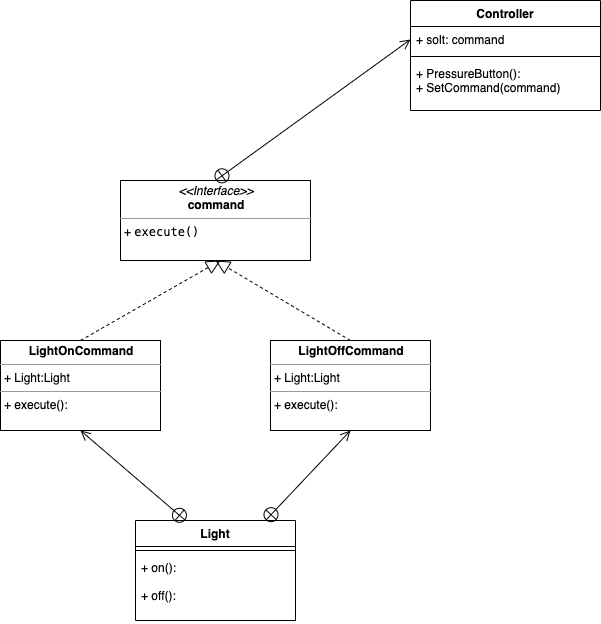
This is designPattern/order/order.png from yuzp1996/StudyGolang, a draw.io export, as it was before one commit. Source tidied: cells renumbered, new cells last; positions are measured from the earlier drawing's top-left corner, leaving out a move shared by most shapes. The source it was exported from:
```xml
<mxGraphModel background="#ffffff">
  <root>
    <mxCell id="0" />
    <mxCell id="1" parent="0" />
    <mxCell id="2" value="&lt;p style=&quot;margin: 0px ; margin-top: 4px ; text-align: center&quot;&gt;&lt;i&gt;&amp;lt;&amp;lt;Interface&amp;gt;&amp;gt;&lt;/i&gt;&lt;br&gt;&lt;b&gt;command&lt;/b&gt;&lt;/p&gt;&lt;hr size=&quot;1&quot;&gt;&lt;p style=&quot;margin: 0px ; margin-left: 4px&quot;&gt;&lt;/p&gt;&lt;p style=&quot;margin: 0px ; margin-left: 4px&quot;&gt;+&amp;nbsp;&lt;span style=&quot;font-family: &amp;#34;menlo&amp;#34; ; font-size: 9pt&quot;&gt;execute&lt;/span&gt;&lt;span style=&quot;font-family: &amp;#34;menlo&amp;#34; ; font-size: 9pt&quot;&gt;()&lt;/span&gt;&lt;/p&gt;&lt;p style=&quot;margin: 0px ; margin-left: 4px&quot;&gt;&lt;br&gt;&lt;/p&gt;" style="verticalAlign=top;align=left;overflow=fill;fontSize=12;fontFamily=Helvetica;html=1;" parent="1" vertex="1">
      <mxGeometry x="120" y="180" width="190" height="80" as="geometry" />
    </mxCell>
    <mxCell id="3" value="&lt;p style=&quot;margin: 0px ; margin-top: 4px ; text-align: center&quot;&gt;&lt;b&gt;LightOnCommand&lt;/b&gt;&lt;/p&gt;&lt;hr size=&quot;1&quot;&gt;&lt;p style=&quot;margin: 0px ; margin-left: 4px&quot;&gt;+ Light:Light&lt;/p&gt;&lt;hr size=&quot;1&quot;&gt;&lt;p style=&quot;margin: 0px ; margin-left: 4px&quot;&gt;+ execute():&lt;/p&gt;" style="verticalAlign=top;align=left;overflow=fill;fontSize=12;fontFamily=Helvetica;html=1;" parent="1" vertex="1">
      <mxGeometry y="340" width="160" height="90" as="geometry" />
    </mxCell>
    <mxCell id="4" value="&lt;p style=&quot;margin: 0px ; margin-top: 4px ; text-align: center&quot;&gt;&lt;b&gt;LightOffCommand&lt;/b&gt;&lt;/p&gt;&lt;hr size=&quot;1&quot;&gt;&lt;p style=&quot;margin: 0px ; margin-left: 4px&quot;&gt;+ Light:Light&lt;/p&gt;&lt;hr size=&quot;1&quot;&gt;&lt;p style=&quot;margin: 0px ; margin-left: 4px&quot;&gt;+ execute():&lt;/p&gt;" style="verticalAlign=top;align=left;overflow=fill;fontSize=12;fontFamily=Helvetica;html=1;" parent="1" vertex="1">
      <mxGeometry x="270" y="340" width="160" height="90" as="geometry" />
    </mxCell>
    <mxCell id="5" style="endArrow=block;dashed=1;endFill=0;endSize=12;html=1;exitX=0.5;exitY=0;exitDx=0;exitDy=0;entryX=0.5;entryY=1;entryDx=0;entryDy=0;" parent="1" edge="1" source="4" target="2">
      <mxGeometry relative="1" as="geometry" />
    </mxCell>
    <mxCell id="6" style="endArrow=block;dashed=1;endFill=0;endSize=12;html=1;exitX=0.5;exitY=0;exitDx=0;exitDy=0;" parent="1" edge="1" source="3">
      <mxGeometry relative="1" as="geometry">
        <mxPoint x="220" y="260" as="targetPoint" />
      </mxGeometry>
    </mxCell>
    <mxCell id="7" value="Light" style="swimlane;fontStyle=1;align=center;verticalAlign=top;horizontal=1;startSize=26;" parent="1" vertex="1">
      <mxGeometry x="135" y="520" width="160" height="100" as="geometry" />
    </mxCell>
    <mxCell id="8" style="endArrow=open;startArrow=circlePlus;endFill=0;startFill=0;endSize=8;html=1;entryX=0.5;entryY=1;entryDx=0;entryDy=0;" parent="7" edge="1" target="3">
      <mxGeometry relative="1" as="geometry">
        <mxPoint x="50" as="sourcePoint" />
      </mxGeometry>
    </mxCell>
    <mxCell id="9" style="endArrow=open;startArrow=circlePlus;endFill=0;startFill=0;endSize=8;html=1;entryX=0.5;entryY=1;entryDx=0;entryDy=0;" parent="7" edge="1" target="4">
      <mxGeometry relative="1" as="geometry">
        <mxPoint x="130" as="sourcePoint" />
      </mxGeometry>
    </mxCell>
    <mxCell id="10" style="line;strokeWidth=1;fillColor=none;align=left;verticalAlign=middle;spacingTop=-1;spacingLeft=3;spacingRight=3;labelPosition=right;" parent="7" vertex="1">
      <mxGeometry y="26" width="160" height="8" as="geometry" />
    </mxCell>
    <mxCell id="11" value="+ on():&#10;&#10;+ off():" style="text;strokeColor=none;fillColor=none;align=left;verticalAlign=top;spacingLeft=4;spacingRight=4;overflow=hidden;" parent="7" vertex="1">
      <mxGeometry y="34" width="160" height="66" as="geometry" />
    </mxCell>
    <mxCell id="12" value="Controller" style="swimlane;fontStyle=1;align=center;verticalAlign=top;horizontal=1;startSize=26;" parent="1" vertex="1">
      <mxGeometry x="410" width="190" height="110" as="geometry" />
    </mxCell>
    <mxCell id="13" value="+ solt: command" style="text;strokeColor=none;fillColor=none;align=left;verticalAlign=top;spacingLeft=4;spacingRight=4;overflow=hidden;points=[[0,0.5],[1,0.5]];portConstraint=eastwest;" parent="12" vertex="1">
      <mxGeometry y="26" width="190" height="26" as="geometry" />
    </mxCell>
    <mxCell id="14" style="line;strokeWidth=1;fillColor=none;align=left;verticalAlign=middle;spacingTop=-1;spacingLeft=3;spacingRight=3;labelPosition=right;" parent="12" vertex="1">
      <mxGeometry y="52" width="190" height="8" as="geometry" />
    </mxCell>
    <mxCell id="15" value="+ PressureButton():&#10;+ SetCommand(command)" style="text;strokeColor=none;fillColor=none;align=left;verticalAlign=top;spacingLeft=4;spacingRight=4;overflow=hidden;" parent="12" vertex="1">
      <mxGeometry y="60" width="190" height="50" as="geometry" />
    </mxCell>
    <mxCell id="16" style="endArrow=open;startArrow=circlePlus;endFill=0;startFill=0;endSize=8;html=1;exitX=0.5;exitY=0;exitDx=0;exitDy=0;entryX=0;entryY=0.5;entryDx=0;entryDy=0;" parent="1" edge="1" source="2" target="13">
      <mxGeometry relative="1" as="geometry" />
    </mxCell>
  </root>
</mxGraphModel>
```
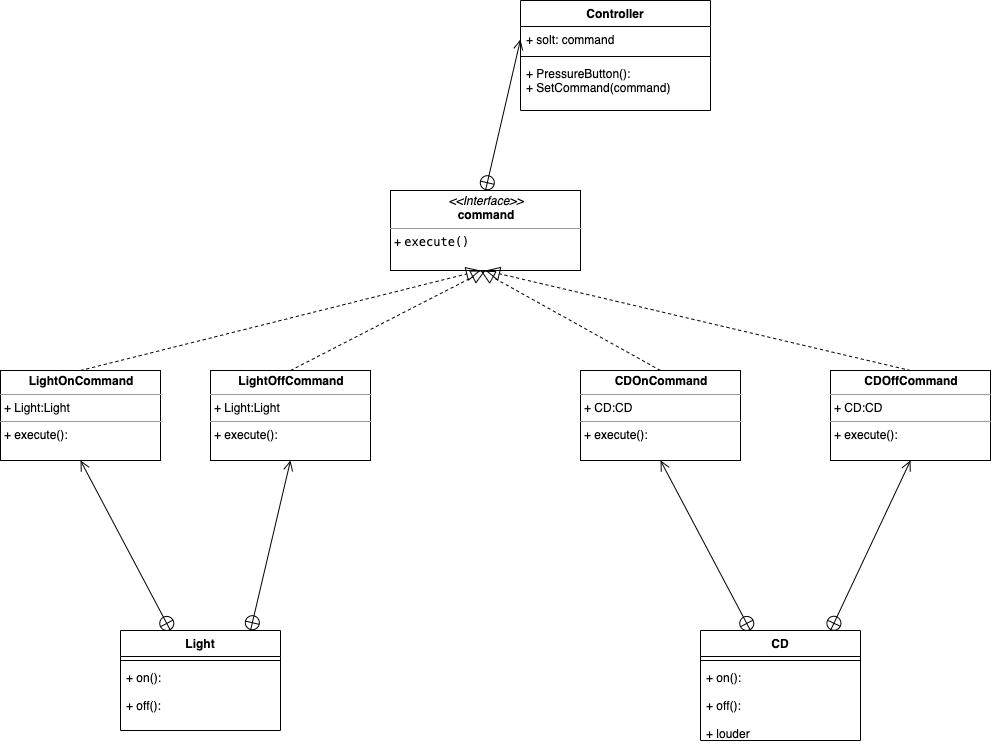
The same file after the commit.

What changed in the source:
```diff
@@ -3,24 +3,27 @@
     <mxCell id="0" />
     <mxCell id="1" parent="0" />
     <mxCell id="2" value="&lt;p style=&quot;margin: 0px ; margin-top: 4px ; text-align: center&quot;&gt;&lt;i&gt;&amp;lt;&amp;lt;Interface&amp;gt;&amp;gt;&lt;/i&gt;&lt;br&gt;&lt;b&gt;command&lt;/b&gt;&lt;/p&gt;&lt;hr size=&quot;1&quot;&gt;&lt;p style=&quot;margin: 0px ; margin-left: 4px&quot;&gt;&lt;/p&gt;&lt;p style=&quot;margin: 0px ; margin-left: 4px&quot;&gt;+&amp;nbsp;&lt;span style=&quot;font-family: &amp;#34;menlo&amp;#34; ; font-size: 9pt&quot;&gt;execute&lt;/span&gt;&lt;span style=&quot;font-family: &amp;#34;menlo&amp;#34; ; font-size: 9pt&quot;&gt;()&lt;/span&gt;&lt;/p&gt;&lt;p style=&quot;margin: 0px ; margin-left: 4px&quot;&gt;&lt;br&gt;&lt;/p&gt;" style="verticalAlign=top;align=left;overflow=fill;fontSize=12;fontFamily=Helvetica;html=1;" parent="1" vertex="1">
-      <mxGeometry x="120" y="180" width="190" height="80" as="geometry" />
+      <mxGeometry x="260" y="180" width="190" height="80" as="geometry" />
     </mxCell>
     <mxCell id="3" value="&lt;p style=&quot;margin: 0px ; margin-top: 4px ; text-align: center&quot;&gt;&lt;b&gt;LightOnCommand&lt;/b&gt;&lt;/p&gt;&lt;hr size=&quot;1&quot;&gt;&lt;p style=&quot;margin: 0px ; margin-left: 4px&quot;&gt;+ Light:Light&lt;/p&gt;&lt;hr size=&quot;1&quot;&gt;&lt;p style=&quot;margin: 0px ; margin-left: 4px&quot;&gt;+ execute():&lt;/p&gt;" style="verticalAlign=top;align=left;overflow=fill;fontSize=12;fontFamily=Helvetica;html=1;" parent="1" vertex="1">
-      <mxGeometry y="340" width="160" height="90" as="geometry" />
+      <mxGeometry x="-130" y="360" width="160" height="90" as="geometry" />
     </mxCell>
     <mxCell id="4" value="&lt;p style=&quot;margin: 0px ; margin-top: 4px ; text-align: center&quot;&gt;&lt;b&gt;LightOffCommand&lt;/b&gt;&lt;/p&gt;&lt;hr size=&quot;1&quot;&gt;&lt;p style=&quot;margin: 0px ; margin-left: 4px&quot;&gt;+ Light:Light&lt;/p&gt;&lt;hr size=&quot;1&quot;&gt;&lt;p style=&quot;margin: 0px ; margin-left: 4px&quot;&gt;+ execute():&lt;/p&gt;" style="verticalAlign=top;align=left;overflow=fill;fontSize=12;fontFamily=Helvetica;html=1;" parent="1" vertex="1">
-      <mxGeometry x="270" y="340" width="160" height="90" as="geometry" />
+      <mxGeometry x="80" y="360" width="160" height="90" as="geometry" />
     </mxCell>
     <mxCell id="5" style="endArrow=block;dashed=1;endFill=0;endSize=12;html=1;exitX=0.5;exitY=0;exitDx=0;exitDy=0;entryX=0.5;entryY=1;entryDx=0;entryDy=0;" parent="1" edge="1" source="4" target="2">
       <mxGeometry relative="1" as="geometry" />
     </mxCell>
     <mxCell id="6" style="endArrow=block;dashed=1;endFill=0;endSize=12;html=1;exitX=0.5;exitY=0;exitDx=0;exitDy=0;" parent="1" edge="1" source="3">
       <mxGeometry relative="1" as="geometry">
-        <mxPoint x="220" y="260" as="targetPoint" />
+        <mxPoint x="350" y="260" as="targetPoint" />
       </mxGeometry>
     </mxCell>
+    <mxCell id="16" style="endArrow=open;startArrow=circlePlus;endFill=0;startFill=0;endSize=8;html=1;exitX=0.5;exitY=0;exitDx=0;exitDy=0;entryX=0;entryY=0.5;entryDx=0;entryDy=0;" parent="1" edge="1" source="2" target="13">
+      <mxGeometry relative="1" as="geometry" />
+    </mxCell>
     <mxCell id="7" value="Light" style="swimlane;fontStyle=1;align=center;verticalAlign=top;horizontal=1;startSize=26;" parent="1" vertex="1">
-      <mxGeometry x="135" y="520" width="160" height="100" as="geometry" />
+      <mxGeometry x="-10" y="620" width="160" height="100" as="geometry" />
     </mxCell>
     <mxCell id="8" style="endArrow=open;startArrow=circlePlus;endFill=0;startFill=0;endSize=8;html=1;entryX=0.5;entryY=1;entryDx=0;entryDy=0;" parent="7" edge="1" target="3">
       <mxGeometry relative="1" as="geometry">
@@ -38,8 +41,41 @@
     <mxCell id="11" value="+ on():&#10;&#10;+ off():" style="text;strokeColor=none;fillColor=none;align=left;verticalAlign=top;spacingLeft=4;spacingRight=4;overflow=hidden;" parent="7" vertex="1">
       <mxGeometry y="34" width="160" height="66" as="geometry" />
     </mxCell>
+    <mxCell id="17" value="&lt;p style=&quot;margin: 0px ; margin-top: 4px ; text-align: center&quot;&gt;&lt;b&gt;CDOnCommand&lt;/b&gt;&lt;/p&gt;&lt;hr size=&quot;1&quot;&gt;&lt;p style=&quot;margin: 0px ; margin-left: 4px&quot;&gt;+ CD:CD&lt;/p&gt;&lt;hr size=&quot;1&quot;&gt;&lt;p style=&quot;margin: 0px ; margin-left: 4px&quot;&gt;+ execute():&lt;/p&gt;" style="verticalAlign=top;align=left;overflow=fill;fontSize=12;fontFamily=Helvetica;html=1;" parent="1" vertex="1">
+      <mxGeometry x="450" y="360" width="160" height="90" as="geometry" />
+    </mxCell>
+    <mxCell id="18" value="&lt;p style=&quot;margin: 0px ; margin-top: 4px ; text-align: center&quot;&gt;&lt;b&gt;CDOffCommand&lt;/b&gt;&lt;/p&gt;&lt;hr size=&quot;1&quot;&gt;&lt;p style=&quot;margin: 0px ; margin-left: 4px&quot;&gt;+ CD:CD&lt;/p&gt;&lt;hr size=&quot;1&quot;&gt;&lt;p style=&quot;margin: 0px ; margin-left: 4px&quot;&gt;+ execute():&lt;/p&gt;" style="verticalAlign=top;align=left;overflow=fill;fontSize=12;fontFamily=Helvetica;html=1;" parent="1" vertex="1">
+      <mxGeometry x="700" y="360" width="160" height="90" as="geometry" />
+    </mxCell>
+    <mxCell id="19" value="CD" style="swimlane;fontStyle=1;align=center;verticalAlign=top;horizontal=1;startSize=26;" parent="1" vertex="1">
+      <mxGeometry x="570" y="620" width="160" height="110" as="geometry" />
+    </mxCell>
+    <mxCell id="20" style="endArrow=open;startArrow=circlePlus;endFill=0;startFill=0;endSize=8;html=1;entryX=0.5;entryY=1;entryDx=0;entryDy=0;" parent="19" edge="1" target="17">
+      <mxGeometry relative="1" as="geometry">
+        <mxPoint x="50" as="sourcePoint" />
+      </mxGeometry>
+    </mxCell>
+    <mxCell id="21" style="endArrow=open;startArrow=circlePlus;endFill=0;startFill=0;endSize=8;html=1;entryX=0.5;entryY=1;entryDx=0;entryDy=0;" parent="19" edge="1" target="18">
+      <mxGeometry relative="1" as="geometry">
+        <mxPoint x="130" as="sourcePoint" />
+      </mxGeometry>
+    </mxCell>
+    <mxCell id="22" style="line;strokeWidth=1;fillColor=none;align=left;verticalAlign=middle;spacingTop=-1;spacingLeft=3;spacingRight=3;labelPosition=right;" parent="19" vertex="1">
+      <mxGeometry y="26" width="160" height="8" as="geometry" />
+    </mxCell>
+    <mxCell id="23" value="+ on():&#10;&#10;+ off():&#10;&#10;+ louder" style="text;strokeColor=none;fillColor=none;align=left;verticalAlign=top;spacingLeft=4;spacingRight=4;overflow=hidden;" parent="19" vertex="1">
+      <mxGeometry y="34" width="160" height="76" as="geometry" />
+    </mxCell>
+    <mxCell id="24" style="endArrow=block;dashed=1;endFill=0;endSize=12;html=1;exitX=0.5;exitY=0;exitDx=0;exitDy=0;" parent="1" edge="1" source="17">
+      <mxGeometry relative="1" as="geometry">
+        <mxPoint x="350" y="260" as="targetPoint" />
+      </mxGeometry>
+    </mxCell>
+    <mxCell id="25" style="endArrow=block;dashed=1;endFill=0;endSize=12;html=1;entryX=0.5;entryY=1;entryDx=0;entryDy=0;exitX=0.5;exitY=0;exitDx=0;exitDy=0;" parent="1" edge="1" source="18" target="2">
+      <mxGeometry relative="1" as="geometry" />
+    </mxCell>
     <mxCell id="12" value="Controller" style="swimlane;fontStyle=1;align=center;verticalAlign=top;horizontal=1;startSize=26;" parent="1" vertex="1">
-      <mxGeometry x="410" width="190" height="110" as="geometry" />
+      <mxGeometry x="390" y="-10" width="190" height="110" as="geometry" />
     </mxCell>
     <mxCell id="13" value="+ solt: command" style="text;strokeColor=none;fillColor=none;align=left;verticalAlign=top;spacingLeft=4;spacingRight=4;overflow=hidden;points=[[0,0.5],[1,0.5]];portConstraint=eastwest;" parent="12" vertex="1">
       <mxGeometry y="26" width="190" height="26" as="geometry" />
@@ -50,8 +86,5 @@
     <mxCell id="15" value="+ PressureButton():&#10;+ SetCommand(command)" style="text;strokeColor=none;fillColor=none;align=left;verticalAlign=top;spacingLeft=4;spacingRight=4;overflow=hidden;" parent="12" vertex="1">
       <mxGeometry y="60" width="190" height="50" as="geometry" />
     </mxCell>
-    <mxCell id="16" style="endArrow=open;startArrow=circlePlus;endFill=0;startFill=0;endSize=8;html=1;exitX=0.5;exitY=0;exitDx=0;exitDy=0;entryX=0;entryY=0.5;entryDx=0;entryDy=0;" parent="1" edge="1" source="2" target="13">
-      <mxGeometry relative="1" as="geometry" />
-    </mxCell>
   </root>
 </mxGraphModel>
```
